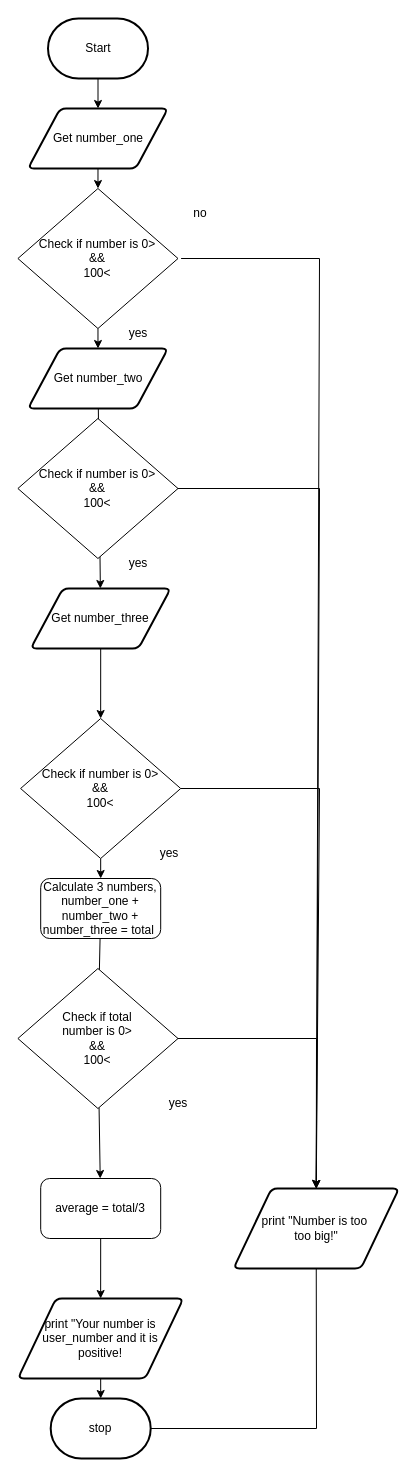
The draw.io diagram FlowChart.Drawio in JacksonNaufal/ICS3U-Assignment3-Python, before the edit. Source tidied: cells renumbered, new cells numbered last; positions are measured from the earlier drawing's top-left corner, leaving out a move shared by most shapes. Both pictures are drawn from the tidied source at 100%, with x=0, y=0 at pixel (17, 18).
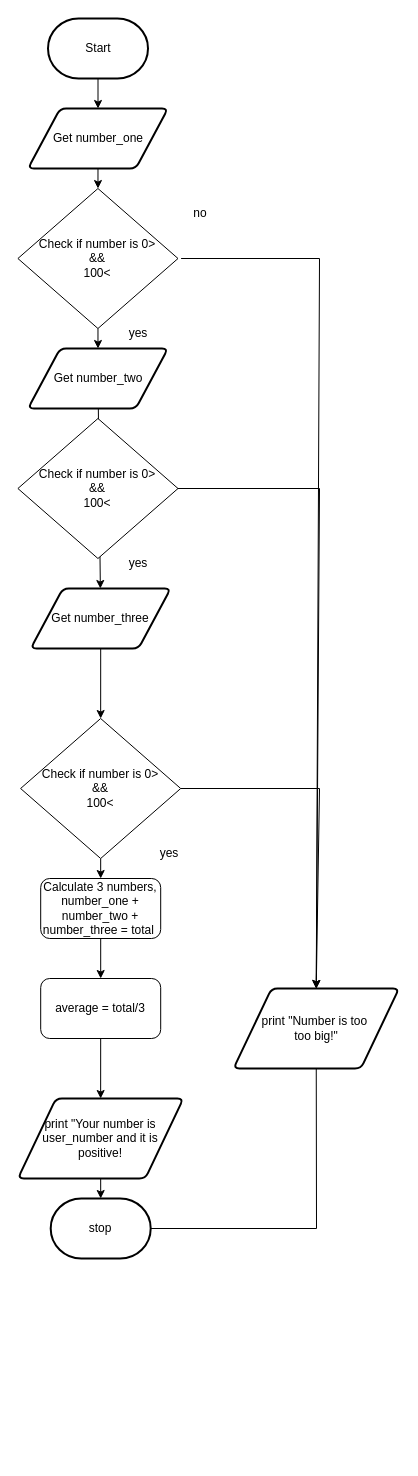
The same page after the edit.

Unchanged cells that the change refers to:
```xml
<mxCell id="15" value="Calculate 3 numbers, number_one + number_two + number_three = total&amp;nbsp;" style="rounded=1;whiteSpace=wrap;html=1;" parent="1" vertex="1">
  <mxGeometry x="23.2" y="860" width="120" height="60" as="geometry" />
</mxCell>
```

The edit, as a diff of the source:
```diff
@@
     <mxCell id="7" value="print &quot;Your number is user_number and it is &lt;br&gt;positive!" style="shape=parallelogram;html=1;strokeWidth=2;perimeter=parallelogramPerimeter;whiteSpace=wrap;rounded=1;arcSize=12;size=0.23;" parent="1" vertex="1">
-      <mxGeometry x="0.4" y="1280" width="165.5" height="80" as="geometry" />
+      <mxGeometry x="0.4" y="1080" width="165.5" height="80" as="geometry" />
     </mxCell>
     <mxCell id="8" value="stop" style="strokeWidth=2;html=1;shape=mxgraph.flowchart.terminator;whiteSpace=wrap;rounded=1;" parent="1" vertex="1">
-      <mxGeometry x="33.2" y="1380" width="100" height="60" as="geometry" />
+      <mxGeometry x="33.2" y="1180" width="100" height="60" as="geometry" />
     </mxCell>
@@
-    <mxCell id="14" style="edgeStyle=none;html=1;startArrow=none;" parent="1" edge="1" source="28" target="17">
-      <mxGeometry relative="1" as="geometry" />
-    </mxCell>
+    <mxCell id="36" style="edgeStyle=none;html=1;" parent="1" edge="1" source="15" target="17">
+      <mxGeometry relative="1" as="geometry" />
+    </mxCell>
@@
     <mxCell id="17" value="average = total/3" style="rounded=1;whiteSpace=wrap;html=1;" parent="1" vertex="1">
-      <mxGeometry x="23.2" y="1160" width="120" height="60" as="geometry" />
+      <mxGeometry x="23.2" y="960" width="120" height="60" as="geometry" />
     </mxCell>
@@
-    <mxCell id="27" style="edgeStyle=none;rounded=0;html=1;entryX=0.5;entryY=0;entryDx=0;entryDy=0;endArrow=classic;endFill=1;exitX=1;exitY=0.5;exitDx=0;exitDy=0;" parent="1" edge="1" source="28" target="35">
-      <mxGeometry relative="1" as="geometry">
-        <Array as="points">
-          <mxPoint x="299" y="1020" />
-        </Array>
-      </mxGeometry>
-    </mxCell>
-    <mxCell id="28" value="Check if total &lt;br&gt;number is 0&amp;gt;&lt;br&gt;&amp;amp;&amp;amp;&lt;br&gt;100&amp;lt;" style="rhombus;whiteSpace=wrap;html=1;" parent="1" vertex="1">
-      <mxGeometry x="0.4" y="950" width="160.1" height="140" as="geometry" />
-    </mxCell>
-    <mxCell id="29" style="edgeStyle=none;html=1;endArrow=none;" parent="1" edge="1" source="15" target="28">
-      <mxGeometry relative="1" as="geometry" />
-    </mxCell>
@@
-    <mxCell id="32" value="yes" style="text;html=1;strokeColor=none;fillColor=none;align=center;verticalAlign=middle;whiteSpace=wrap;rounded=0;" parent="1" vertex="1">
-      <mxGeometry x="130.5" y="1070" width="60" height="30" as="geometry" />
-    </mxCell>
@@
     <mxCell id="34" style="edgeStyle=none;rounded=0;html=1;entryX=1;entryY=0.5;entryDx=0;entryDy=0;entryPerimeter=0;endArrow=none;endFill=0;exitX=0.5;exitY=1;exitDx=0;exitDy=0;" parent="1" edge="1" source="35">
       <mxGeometry relative="1" as="geometry">
-        <mxPoint x="133" y="1410" as="targetPoint" />
+        <mxPoint x="133" y="1210" as="targetPoint" />
         <Array as="points">
-          <mxPoint x="299" y="1410" />
+          <mxPoint x="299" y="1210" />
         </Array>
       </mxGeometry>
     </mxCell>
     <mxCell id="35" value="print &quot;Number is too&amp;nbsp;&lt;br&gt;too big!&quot;" style="shape=parallelogram;html=1;strokeWidth=2;perimeter=parallelogramPerimeter;whiteSpace=wrap;rounded=1;arcSize=12;size=0.23;" parent="1" vertex="1">
-      <mxGeometry x="216" y="1170" width="165.5" height="80" as="geometry" />
+      <mxGeometry x="216" y="970" width="165.5" height="80" as="geometry" />
     </mxCell>
```
